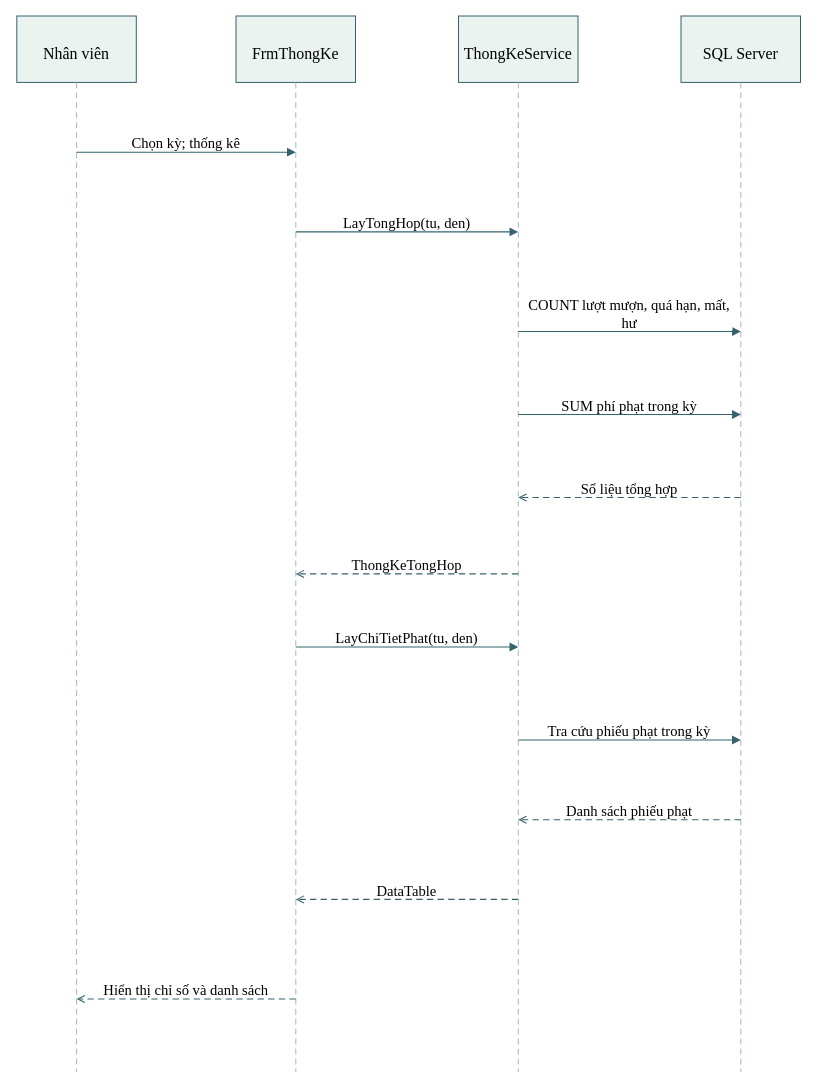
Above: LAB2/UML/12_SequenceThongKe.drawio in kanishere55/LAB_AT_OOSD (draw.io), before the change. Source tidied: cells renumbered, new cells numbered last; positions are measured from the earlier drawing's top-left corner, leaving out a move shared by most shapes. Both pictures are drawn from the tidied source at 100%, with x=0, y=0 at pixel (16, 16).
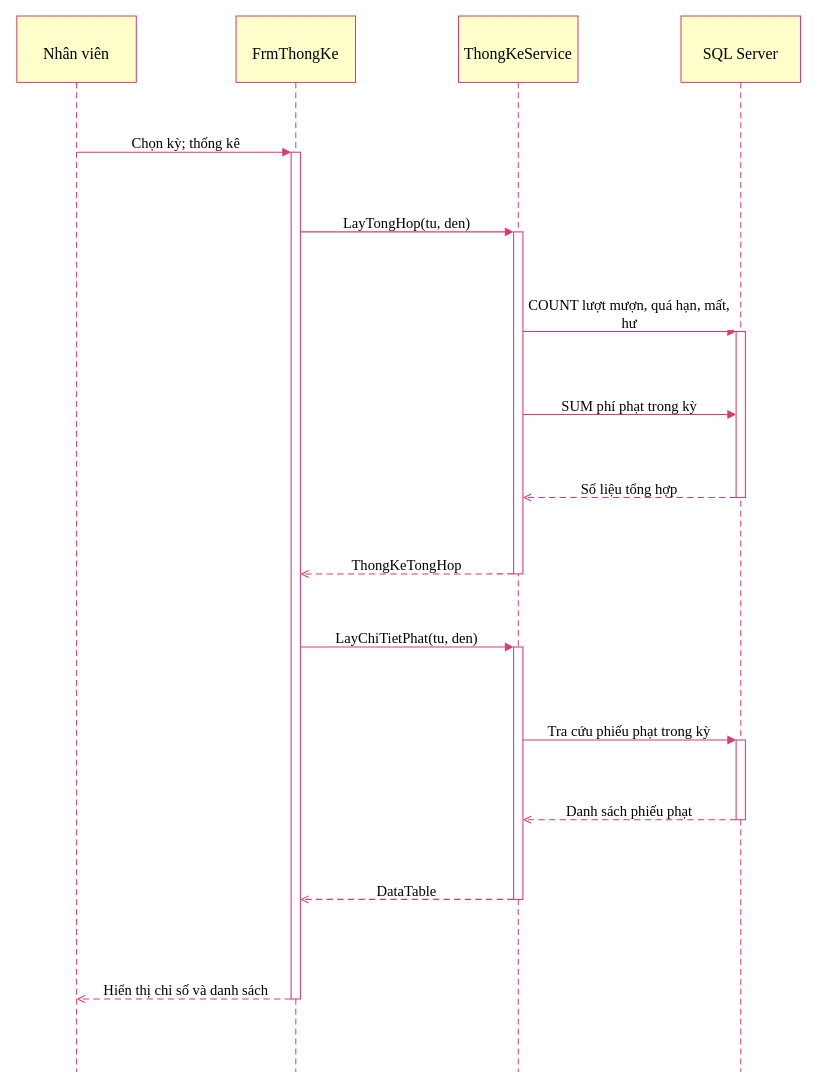
The same page after the edit.

Unchanged cells that the change refers to:
```xml
<mxCell id="2" style="group;html=0;" parent="1" vertex="1">
  <mxGeometry x="0.3" y="-0.5" width="119.5" height="66.4" as="geometry" />
</mxCell>
<mxCell id="6" style="group;html=0;" parent="1" vertex="1">
  <mxGeometry x="219.5" y="-0.5" width="119.5" height="66.4" as="geometry" />
</mxCell>
<mxCell id="10" style="group;html=0;" parent="1" vertex="1">
  <mxGeometry x="442" y="-0.5" width="119.5" height="66.4" as="geometry" />
</mxCell>
<mxCell id="14" style="group;html=0;" parent="1" vertex="1">
  <mxGeometry x="664.5" y="-0.5" width="119.5" height="66.4" as="geometry" />
</mxCell>
```

Change to the diagram source:
```diff
@@
-    <mxCell id="3" style="rounded=0;arcSize=12;html=0;fillColor=#eaf3ef;strokeColor=#35626d;strokeWidth=0.996;" parent="2" vertex="1">
+    <mxCell id="3" style="rounded=0;arcSize=12;html=0;fillColor=#ffffcc;strokeColor=#d83d70;strokeWidth=0.996;" parent="2" vertex="1">
       <mxGeometry width="119.5" height="66.4" as="geometry" />
     </mxCell>
@@
-    <mxCell id="5" style="edgeStyle=none;noEdgeStyle=1;rounded=0;strokeColor=#a6b8be;strokeWidth=0.996;endArrow=none;startArrow=none;dashed=1;dashPattern=6 4;" parent="1" edge="1">
+    <mxCell id="5" style="edgeStyle=none;noEdgeStyle=1;rounded=0;strokeColor=#d83d70;strokeWidth=0.996;endArrow=none;startArrow=none;dashed=1;dashPattern=6 4;" parent="1" edge="1">
       <mxGeometry relative="1" as="geometry">
         <mxPoint x="60.1" y="65.9" as="sourcePoint" />
         <mxPoint x="60.1" y="1055.5" as="targetPoint" />
       </mxGeometry>
     </mxCell>
@@
-    <mxCell id="7" style="rounded=0;arcSize=12;html=0;fillColor=#eaf3ef;strokeColor=#35626d;strokeWidth=0.996;" parent="6" vertex="1">
+    <mxCell id="7" style="rounded=0;arcSize=12;html=0;fillColor=#ffffcc;strokeColor=#d83d70;strokeWidth=0.996;" parent="6" vertex="1">
       <mxGeometry width="119.5" height="66.4" as="geometry" />
     </mxCell>
@@
-    <mxCell id="9" style="edgeStyle=none;noEdgeStyle=1;rounded=0;strokeColor=#a6b8be;strokeWidth=0.996;endArrow=none;startArrow=none;dashed=1;dashPattern=6 4;" parent="1" edge="1">
+    <mxCell id="9" style="edgeStyle=none;noEdgeStyle=1;rounded=0;strokeColor=#d83d70;strokeWidth=0.996;endArrow=none;startArrow=none;dashed=1;dashPattern=6 4;" parent="1" edge="1">
       <mxGeometry relative="1" as="geometry">
         <mxPoint x="279.3" y="65.9" as="sourcePoint" />
         <mxPoint x="279.3" y="1055.5" as="targetPoint" />
       </mxGeometry>
     </mxCell>
@@
-    <mxCell id="11" style="rounded=0;arcSize=12;html=0;fillColor=#eaf3ef;strokeColor=#35626d;strokeWidth=0.996;" parent="10" vertex="1">
+    <mxCell id="11" style="rounded=0;arcSize=12;html=0;fillColor=#ffffcc;strokeColor=#d83d70;strokeWidth=0.996;" parent="10" vertex="1">
       <mxGeometry width="119.5" height="66.4" as="geometry" />
     </mxCell>
@@
-    <mxCell id="13" style="edgeStyle=none;noEdgeStyle=1;rounded=0;strokeColor=#a6b8be;strokeWidth=0.996;endArrow=none;startArrow=none;dashed=1;dashPattern=6 4;" parent="1" edge="1">
+    <mxCell id="13" style="edgeStyle=none;noEdgeStyle=1;rounded=0;strokeColor=#d83d70;strokeWidth=0.996;endArrow=none;startArrow=none;dashed=1;dashPattern=6 4;" parent="1" edge="1">
       <mxGeometry relative="1" as="geometry">
         <mxPoint x="501.8" y="65.9" as="sourcePoint" />
         <mxPoint x="501.8" y="1055.5" as="targetPoint" />
       </mxGeometry>
     </mxCell>
@@
-    <mxCell id="15" style="rounded=0;arcSize=12;html=0;fillColor=#eaf3ef;strokeColor=#35626d;strokeWidth=0.996;" parent="14" vertex="1">
+    <mxCell id="15" style="rounded=0;arcSize=12;html=0;fillColor=#ffffcc;strokeColor=#d83d70;strokeWidth=0.996;" parent="14" vertex="1">
       <mxGeometry width="119.5" height="66.4" as="geometry" />
     </mxCell>
@@
-    <mxCell id="17" style="edgeStyle=none;noEdgeStyle=1;rounded=0;strokeColor=#a6b8be;strokeWidth=0.996;endArrow=none;startArrow=none;dashed=1;dashPattern=6 4;" parent="1" edge="1">
+    <mxCell id="17" style="edgeStyle=none;noEdgeStyle=1;rounded=0;strokeColor=#d83d70;strokeWidth=0.996;endArrow=none;startArrow=none;dashed=1;dashPattern=6 4;" parent="1" edge="1">
       <mxGeometry relative="1" as="geometry">
         <mxPoint x="724.3" y="65.9" as="sourcePoint" />
         <mxPoint x="724.3" y="1055.5" as="targetPoint" />
       </mxGeometry>
     </mxCell>
+    <mxCell id="40" style="rounded=0;html=0;fillColor=#ffffff;strokeColor=#d83d70;strokeWidth=1.063;" parent="1" vertex="1">
+      <mxGeometry x="274.6" y="135.7" width="9.3" height="846.8" as="geometry" />
+    </mxCell>
+    <mxCell id="41" style="rounded=0;html=0;fillColor=#ffffff;strokeColor=#d83d70;strokeWidth=1.063;" parent="1" vertex="1">
+      <mxGeometry x="497.1" y="215.4" width="9.3" height="342" as="geometry" />
+    </mxCell>
+    <mxCell id="42" style="rounded=0;html=0;fillColor=#ffffff;strokeColor=#d83d70;strokeWidth=1.063;" parent="1" vertex="1">
+      <mxGeometry x="497.1" y="630.5" width="9.3" height="252.4" as="geometry" />
+    </mxCell>
+    <mxCell id="43" style="rounded=0;html=0;fillColor=#ffffff;strokeColor=#d83d70;strokeWidth=1.063;" parent="1" vertex="1">
+      <mxGeometry x="719.6" y="315" width="9.3" height="166" as="geometry" />
+    </mxCell>
+    <mxCell id="44" style="rounded=0;html=0;fillColor=#ffffff;strokeColor=#d83d70;strokeWidth=1.063;" parent="1" vertex="1">
+      <mxGeometry x="719.6" y="723.5" width="9.3" height="79.7" as="geometry" />
+    </mxCell>
-    <mxCell id="18" style="edgeStyle=none;noEdgeStyle=1;rounded=0;jumpStyle=arc;jumpSize=6;strokeColor=#35626d;strokeWidth=1.063;endArrow=block;endFill=1;startArrow=none;startFill=1;" parent="1" edge="1">
+    <mxCell id="18" style="edgeStyle=none;noEdgeStyle=1;rounded=0;jumpStyle=arc;jumpSize=6;strokeColor=#d83d70;strokeWidth=1.063;endArrow=block;endFill=1;startArrow=none;startFill=1;entryX=0;entryY=-0.000000317;entryPerimeter=0;" parent="1" edge="1" target="40">
       <mxGeometry relative="1" as="geometry">
         <mxPoint x="60.1" y="135.7" as="sourcePoint" />
-        <mxPoint x="279.3" y="135.7" as="targetPoint" />
       </mxGeometry>
     </mxCell>
@@
-    <mxCell id="20" style="edgeStyle=none;noEdgeStyle=1;rounded=0;jumpStyle=arc;jumpSize=6;strokeColor=#35626d;strokeWidth=1.063;endArrow=block;endFill=1;startArrow=none;startFill=1;" parent="1" edge="1">
-      <mxGeometry relative="1" as="geometry">
-        <mxPoint x="279.3" y="215.4" as="sourcePoint" />
-        <mxPoint x="501.8" y="215.4" as="targetPoint" />
-      </mxGeometry>
+    <mxCell id="20" style="edgeStyle=none;noEdgeStyle=1;rounded=0;jumpStyle=arc;jumpSize=6;strokeColor=#d83d70;strokeWidth=1.063;endArrow=block;endFill=1;startArrow=none;startFill=1;exitX=1;exitY=0.094117259;exitPerimeter=0;entryX=0;entryY=-0.000000960;entryPerimeter=0;" parent="1" edge="1" source="40" target="41">
+      <mxGeometry relative="1" as="geometry" />
     </mxCell>
@@
-    <mxCell id="22" style="edgeStyle=none;noEdgeStyle=1;rounded=0;jumpStyle=arc;jumpSize=6;strokeColor=#35626d;strokeWidth=1.063;endArrow=block;endFill=1;startArrow=none;startFill=1;" parent="1" edge="1">
-      <mxGeometry relative="1" as="geometry">
-        <mxPoint x="501.8" y="315" as="sourcePoint" />
-        <mxPoint x="724.3" y="315" as="targetPoint" />
-      </mxGeometry>
+    <mxCell id="22" style="edgeStyle=none;noEdgeStyle=1;rounded=0;jumpStyle=arc;jumpSize=6;strokeColor=#d83d70;strokeWidth=1.063;endArrow=block;endFill=1;startArrow=none;startFill=1;exitX=1;exitY=0.291260958;exitPerimeter=0;entryX=0;entryY=-0.000002427;entryPerimeter=0;" parent="1" edge="1" source="41" target="43">
+      <mxGeometry relative="1" as="geometry" />
     </mxCell>
@@
-    <mxCell id="24" style="edgeStyle=none;noEdgeStyle=1;rounded=0;jumpStyle=arc;jumpSize=6;strokeColor=#35626d;strokeWidth=1.063;endArrow=block;endFill=1;startArrow=none;startFill=1;" parent="1" edge="1">
-      <mxGeometry relative="1" as="geometry">
-        <mxPoint x="501.8" y="398" as="sourcePoint" />
-        <mxPoint x="724.3" y="398" as="targetPoint" />
-      </mxGeometry>
+    <mxCell id="24" style="edgeStyle=none;noEdgeStyle=1;rounded=0;jumpStyle=arc;jumpSize=6;strokeColor=#d83d70;strokeWidth=1.063;endArrow=block;endFill=1;startArrow=none;startFill=1;exitX=1;exitY=0.533979710;exitPerimeter=0;entryX=0;entryY=0.499998202;entryPerimeter=0;" parent="1" edge="1" source="41" target="43">
+      <mxGeometry relative="1" as="geometry" />
     </mxCell>
@@
-    <mxCell id="26" style="edgeStyle=none;noEdgeStyle=1;rounded=0;jumpStyle=arc;jumpSize=6;strokeColor=#35626d;strokeWidth=1.063;endArrow=open;endFill=0;startArrow=none;startFill=1;dashed=1;dashPattern=6 4;" parent="1" edge="1">
-      <mxGeometry relative="1" as="geometry">
-        <mxPoint x="724.3" y="481" as="sourcePoint" />
-        <mxPoint x="501.8" y="481" as="targetPoint" />
-      </mxGeometry>
+    <mxCell id="26" style="edgeStyle=none;noEdgeStyle=1;rounded=0;jumpStyle=arc;jumpSize=6;strokeColor=#d83d70;strokeWidth=1.063;endArrow=open;endFill=0;startArrow=none;startFill=1;dashed=1;dashPattern=6 4;exitX=0;exitY=0.999998831;exitPerimeter=0;entryX=1;entryY=0.776698462;entryPerimeter=0;" parent="1" edge="1" source="43" target="41">
+      <mxGeometry relative="1" as="geometry" />
     </mxCell>
@@
-    <mxCell id="28" style="edgeStyle=none;noEdgeStyle=1;rounded=0;jumpStyle=arc;jumpSize=6;strokeColor=#35626d;strokeWidth=1.063;endArrow=open;endFill=0;startArrow=none;startFill=1;dashed=1;dashPattern=6 4;" parent="1" edge="1">
-      <mxGeometry relative="1" as="geometry">
-        <mxPoint x="501.8" y="557.4" as="sourcePoint" />
-        <mxPoint x="279.3" y="557.4" as="targetPoint" />
-      </mxGeometry>
+    <mxCell id="28" style="edgeStyle=none;noEdgeStyle=1;rounded=0;jumpStyle=arc;jumpSize=6;strokeColor=#d83d70;strokeWidth=1.063;endArrow=open;endFill=0;startArrow=none;startFill=1;dashed=1;dashPattern=6 4;exitX=0;exitY=0.999998778;exitPerimeter=0;entryX=1;entryY=0.498038722;entryPerimeter=0;" parent="1" edge="1" source="41" target="40">
+      <mxGeometry relative="1" as="geometry" />
     </mxCell>
@@
-    <mxCell id="30" style="edgeStyle=none;noEdgeStyle=1;rounded=0;jumpStyle=arc;jumpSize=6;strokeColor=#35626d;strokeWidth=1.063;endArrow=block;endFill=1;startArrow=none;startFill=1;" parent="1" edge="1">
-      <mxGeometry relative="1" as="geometry">
-        <mxPoint x="279.3" y="630.5" as="sourcePoint" />
-        <mxPoint x="501.8" y="630.5" as="targetPoint" />
-      </mxGeometry>
+    <mxCell id="30" style="edgeStyle=none;noEdgeStyle=1;rounded=0;jumpStyle=arc;jumpSize=6;strokeColor=#d83d70;strokeWidth=1.063;endArrow=block;endFill=1;startArrow=none;startFill=1;exitX=1;exitY=0.584312774;exitPerimeter=0;entryX=0;entryY=-0.000003193;entryPerimeter=0;" parent="1" edge="1" source="40" target="42">
+      <mxGeometry relative="1" as="geometry" />
     </mxCell>
@@
-    <mxCell id="32" style="edgeStyle=none;noEdgeStyle=1;rounded=0;jumpStyle=arc;jumpSize=6;strokeColor=#35626d;strokeWidth=1.063;endArrow=block;endFill=1;startArrow=none;startFill=1;" parent="1" edge="1">
-      <mxGeometry relative="1" as="geometry">
-        <mxPoint x="501.8" y="723.5" as="sourcePoint" />
-        <mxPoint x="724.3" y="723.5" as="targetPoint" />
-      </mxGeometry>
+    <mxCell id="32" style="edgeStyle=none;noEdgeStyle=1;rounded=0;jumpStyle=arc;jumpSize=6;strokeColor=#d83d70;strokeWidth=1.063;endArrow=block;endFill=1;startArrow=none;startFill=1;exitX=1;exitY=0.368420225;exitPerimeter=0;entryX=0;entryY=-0.000002622;entryPerimeter=0;" parent="1" edge="1" source="42" target="44">
+      <mxGeometry relative="1" as="geometry" />
     </mxCell>
@@
-    <mxCell id="34" style="edgeStyle=none;noEdgeStyle=1;rounded=0;jumpStyle=arc;jumpSize=6;strokeColor=#35626d;strokeWidth=1.063;endArrow=open;endFill=0;startArrow=none;startFill=1;dashed=1;dashPattern=6 4;" parent="1" edge="1">
-      <mxGeometry relative="1" as="geometry">
-        <mxPoint x="724.3" y="803.2" as="sourcePoint" />
-        <mxPoint x="501.8" y="803.2" as="targetPoint" />
-      </mxGeometry>
+    <mxCell id="34" style="edgeStyle=none;noEdgeStyle=1;rounded=0;jumpStyle=arc;jumpSize=6;strokeColor=#d83d70;strokeWidth=1.063;endArrow=open;endFill=0;startArrow=none;startFill=1;dashed=1;dashPattern=6 4;exitX=0;exitY=0.999996629;exitPerimeter=0;entryX=1;entryY=0.684209462;entryPerimeter=0;" parent="1" edge="1" source="44" target="42">
+      <mxGeometry relative="1" as="geometry" />
     </mxCell>
@@
-    <mxCell id="36" style="edgeStyle=none;noEdgeStyle=1;rounded=0;jumpStyle=arc;jumpSize=6;strokeColor=#35626d;strokeWidth=1.063;endArrow=open;endFill=0;startArrow=none;startFill=1;dashed=1;dashPattern=6 4;" parent="1" edge="1">
-      <mxGeometry relative="1" as="geometry">
-        <mxPoint x="501.8" y="882.9" as="sourcePoint" />
-        <mxPoint x="279.3" y="882.9" as="targetPoint" />
-      </mxGeometry>
+    <mxCell id="36" style="edgeStyle=none;noEdgeStyle=1;rounded=0;jumpStyle=arc;jumpSize=6;strokeColor=#d83d70;strokeWidth=1.063;endArrow=open;endFill=0;startArrow=none;startFill=1;dashed=1;dashPattern=6 4;exitX=0;exitY=0.999998699;exitPerimeter=0;entryX=1;entryY=0.882352553;entryPerimeter=0;" parent="1" edge="1" source="42" target="40">
+      <mxGeometry relative="1" as="geometry" />
     </mxCell>
@@
-    <mxCell id="38" style="edgeStyle=none;noEdgeStyle=1;rounded=0;jumpStyle=arc;jumpSize=6;strokeColor=#35626d;strokeWidth=1.063;endArrow=open;endFill=0;startArrow=none;startFill=1;dashed=1;dashPattern=6 4;" parent="1" edge="1">
+    <mxCell id="38" style="edgeStyle=none;noEdgeStyle=1;rounded=0;jumpStyle=arc;jumpSize=6;strokeColor=#d83d70;strokeWidth=1.063;endArrow=open;endFill=0;startArrow=none;startFill=1;dashed=1;dashPattern=6 4;exitX=0;exitY=0.999999524;exitPerimeter=0;" parent="1" edge="1" source="40">
       <mxGeometry relative="1" as="geometry">
-        <mxPoint x="279.3" y="982.5" as="sourcePoint" />
         <mxPoint x="60.1" y="982.5" as="targetPoint" />
       </mxGeometry>
     </mxCell>
```
